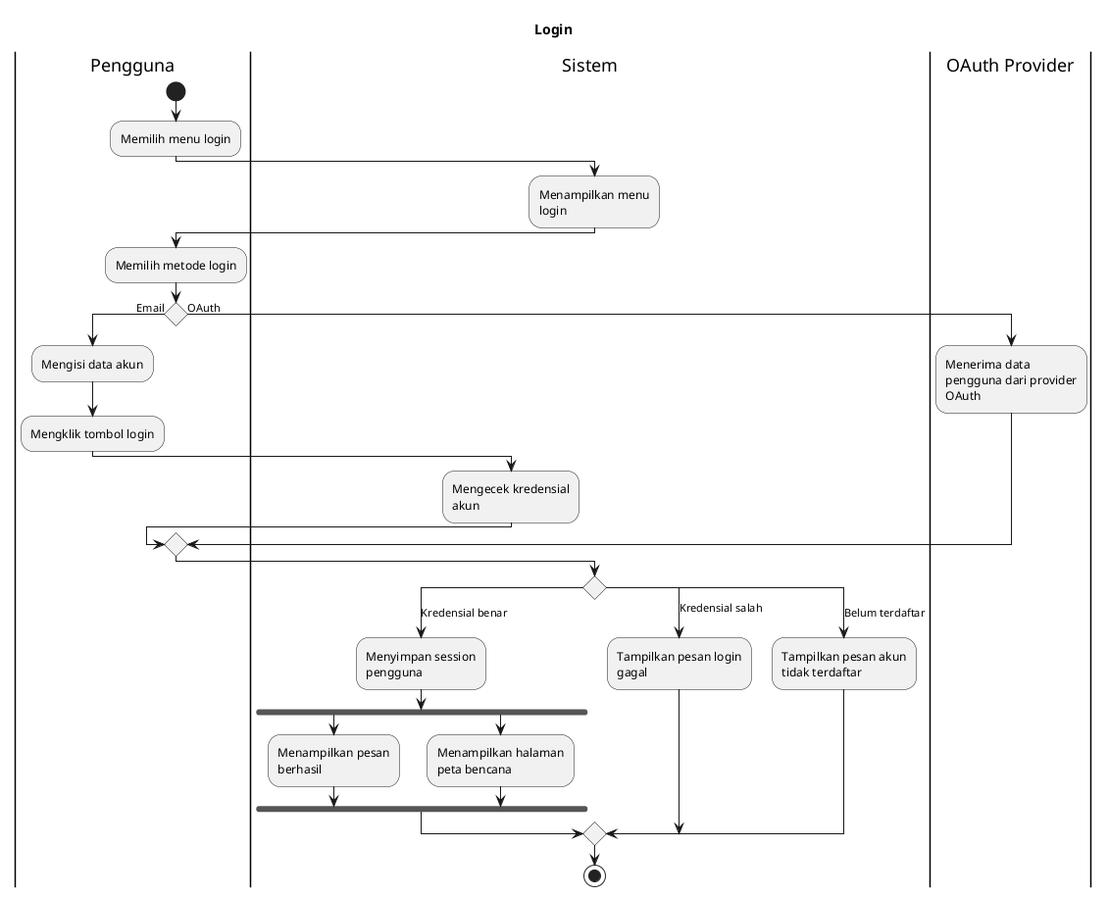
This is export/Activity Diagrams/UC-AUTH - Autentikasi/UC-AUTH-002 - Login.png from bagusNA/appl-diagrams, a PlantUML export, as it was before one commit.
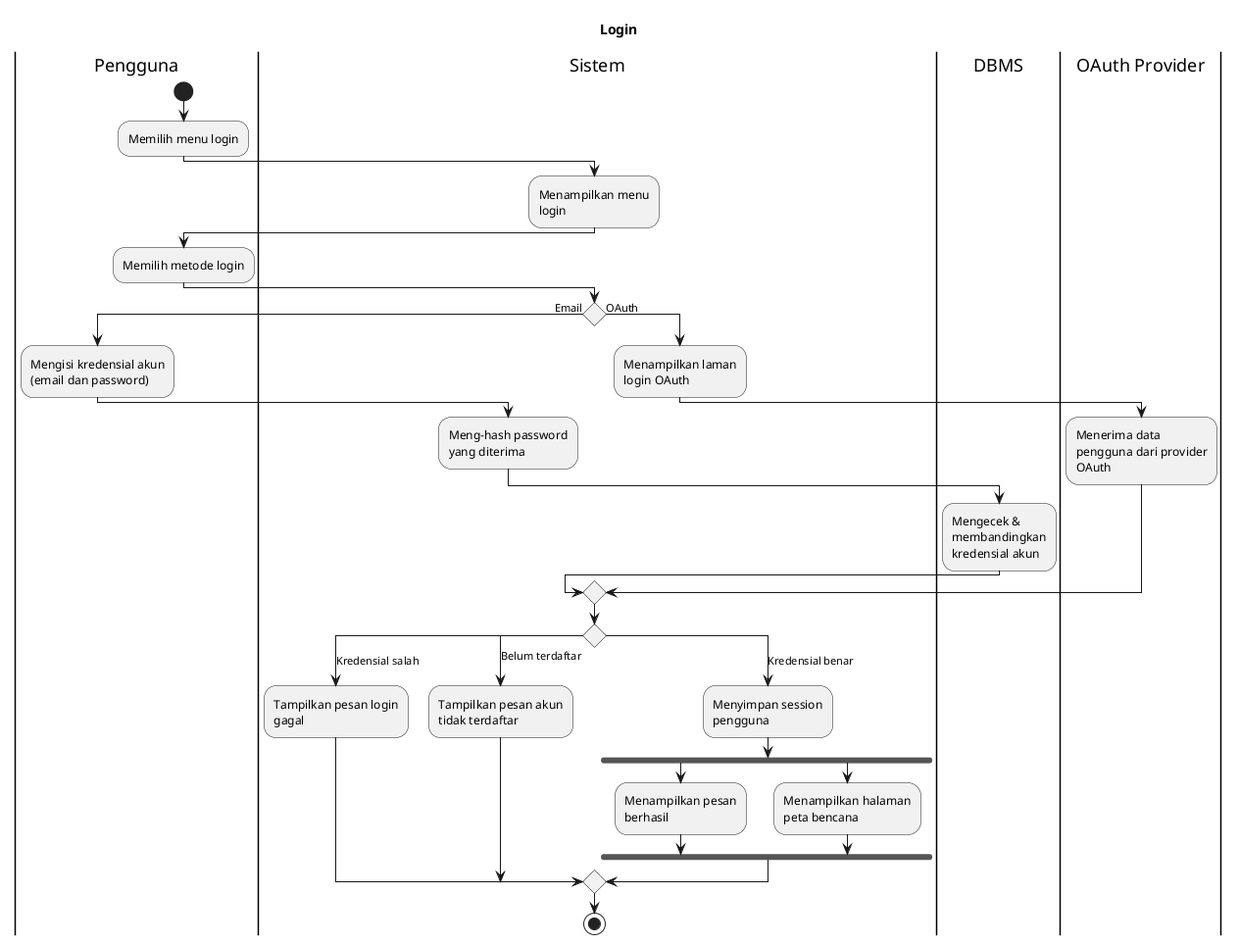
After the commit.

Diff of the diagram source:
```diff
@@ -13,31 +13,39 @@
 |Pengguna|
 :Memilih metode login;
 
+|Sistem|
 if () then (Email)
-  :Mengisi data akun;
-  :Mengklik tombol login;
+  |Pengguna|
+  :Mengisi kredensial akun (email dan password);
 
   |Sistem|
-  :Mengecek kredensial akun;
+  :Meng-hash password yang diterima;
+
+  |DBMS|
+  :Mengecek & membandingkan kredensial akun;
 else (OAuth)
+  |Sistem|
+  :Menampilkan laman login OAuth;
+
   |OAuth Provider|
   :Menerima data pengguna dari provider OAuth;
 endif
 
 |Sistem|
 switch ()
+case (Kredensial salah)
+  :Tampilkan pesan login gagal;
+case (Belum terdaftar)
+  :Tampilkan pesan akun tidak terdaftar;
 case (Kredensial benar)
   :Menyimpan session pengguna;
 
+  |Sistem|
   fork
     :Menampilkan pesan berhasil;
   fork again
     :Menampilkan halaman peta bencana;
   endfork
-case (Kredensial salah)
-  :Tampilkan pesan login gagal;
-case (Belum terdaftar)
-  :Tampilkan pesan akun tidak terdaftar;
 endswitch
 
 stop
```
